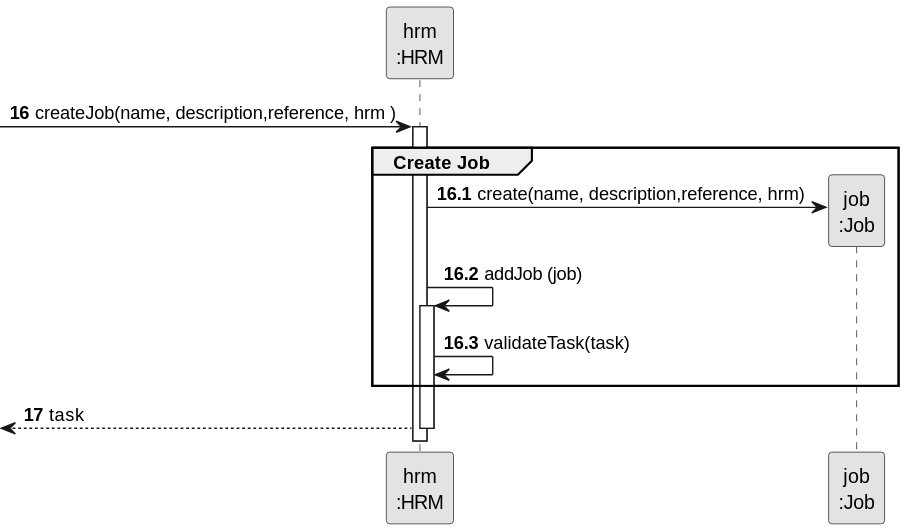
This is docs/sprintA&B/us002/03.design/svg/us002-sequence-diagram-partial-create-job.svg from daniel41silva05/ISEP_2023_2024_LAPR2, a PlantUML export, as it was before one commit.
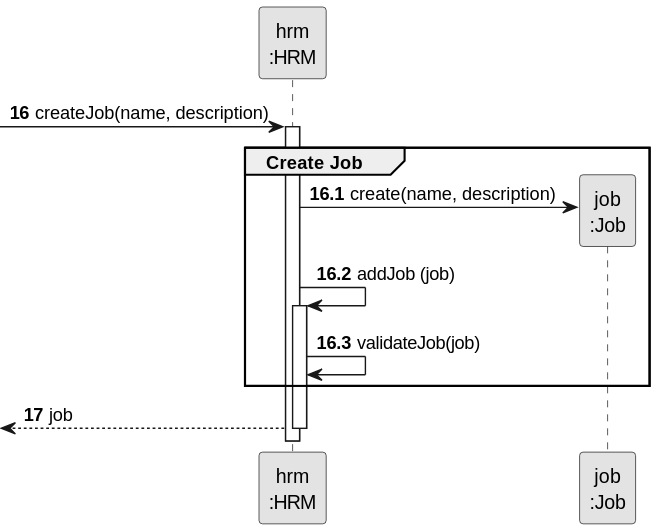
Above is the later version.

The edit, as a diff of the source:
```diff
@@ -7,21 +7,21 @@
 participant "job\n:Job" as JOB
 
 autonumber 16
--> HRM: createJob(name, description,reference, hrm )
+-> HRM: createJob(name, description)
 
 autonumber 16.1
 activate HRM
     group Create Job
 
-        HRM -> JOB**: create(name, description,reference, hrm)
+        HRM -> JOB**: create(name, description)
         HRM -> HRM: addJob (job)
 
         activate HRM
-            HRM -> HRM: validateTask(task)
+            HRM -> HRM: validateJob(job)
 
     end
 
     autonumber 17
-    <-- HRM : task
+    <-- HRM : job
 deactivate HRM
 @enduml
```
